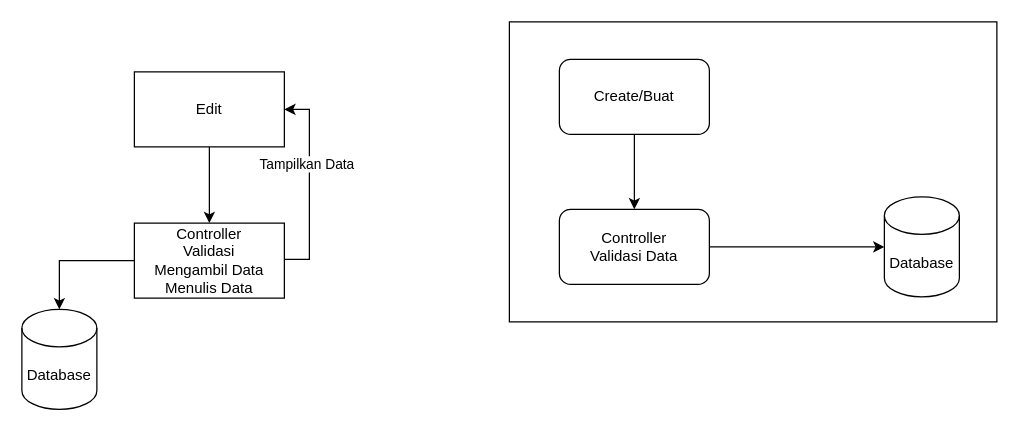
Above: Untitled Diagram.drawio in Ticlext-Altihaf/codeigniter-3-crud (draw.io), before the change. Source tidied: cells renumbered, new cells numbered last; positions are measured from the earlier drawing's top-left corner, leaving out a move shared by most shapes. Both pictures are drawn from the tidied source at 125%, with x=0, y=0 at pixel (21, 21).
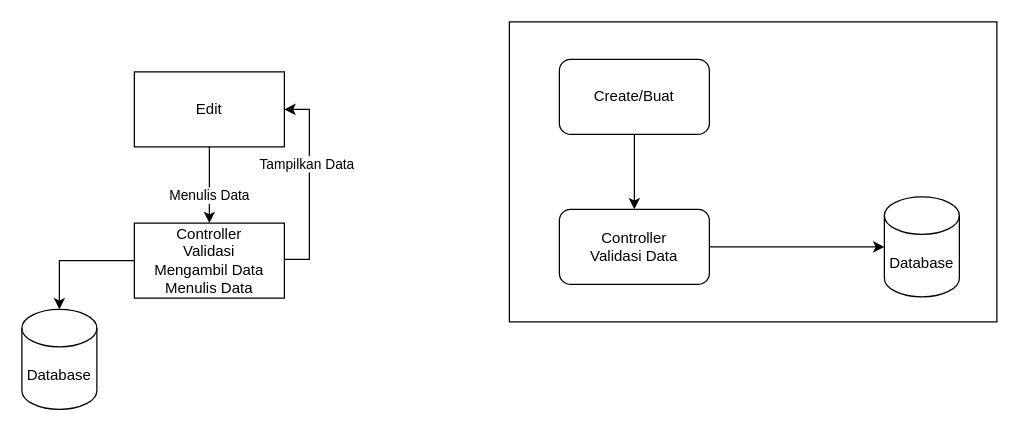
After the change.

Diff of the diagram source:
```diff
@@
 <mxGraphModel>
   <root>
     <mxCell id="0" />
     <mxCell id="1" parent="0" />
     <mxCell id="2" style="rounded=0;whiteSpace=wrap;html=1;" parent="1" vertex="1">
       <mxGeometry x="390" width="390" height="240" as="geometry" />
     </mxCell>
     <mxCell id="3" style="edgeStyle=orthogonalEdgeStyle;rounded=0;jettySize=auto;html=1;" parent="1" edge="1" source="4" target="6">
       <mxGeometry relative="1" as="geometry" />
     </mxCell>
     <mxCell id="4" value="Create/Buat" style="rounded=1;whiteSpace=wrap;html=1;" parent="1" vertex="1">
       <mxGeometry x="430" y="30" width="120" height="60" as="geometry" />
     </mxCell>
     <mxCell id="5" style="edgeStyle=orthogonalEdgeStyle;rounded=0;jettySize=auto;html=1;" parent="1" edge="1" source="6" target="7">
       <mxGeometry relative="1" as="geometry" />
     </mxCell>
     <mxCell id="6" value="Controller&lt;br&gt;Validasi Data" style="rounded=1;whiteSpace=wrap;html=1;" parent="1" vertex="1">
       <mxGeometry x="430" y="150" width="120" height="60" as="geometry" />
     </mxCell>
     <mxCell id="7" value="Database" style="shape=cylinder3;whiteSpace=wrap;html=1;boundedLbl=1;backgroundOutline=1;size=15;" parent="1" vertex="1">
       <mxGeometry x="690" y="140" width="60" height="80" as="geometry" />
     </mxCell>
     <mxCell id="8" style="edgeStyle=orthogonalEdgeStyle;rounded=0;jettySize=auto;html=1;entryX=0.5;entryY=0;entryDx=0;entryDy=0;" parent="1" edge="1" source="9" target="14">
-      <mxGeometry relative="1" as="geometry" />
+      <mxGeometry relative="1" as="geometry">
+        <Array as="points">
+          <mxPoint x="150" y="130" />
+          <mxPoint x="150" y="130" />
+        </Array>
+      </mxGeometry>
     </mxCell>
+    <mxCell id="15" value="Menulis Data" style="edgeLabel;html=1;align=center;verticalAlign=middle;" parent="8" vertex="1">
+      <mxGeometry x="0.26" y="-1" relative="1" as="geometry" />
+    </mxCell>
     <mxCell id="9" value="Edit" style="rounded=0;whiteSpace=wrap;html=1;" parent="1" vertex="1">
       <mxGeometry x="90" y="40" width="120" height="60" as="geometry" />
     </mxCell>
     <mxCell id="10" value="Database" style="shape=cylinder3;whiteSpace=wrap;html=1;boundedLbl=1;backgroundOutline=1;size=15;" parent="1" vertex="1">
       <mxGeometry y="230" width="60" height="80" as="geometry" />
     </mxCell>
     <mxCell id="11" style="edgeStyle=orthogonalEdgeStyle;rounded=0;jettySize=auto;html=1;" parent="1" edge="1" source="14" target="10">
       <mxGeometry relative="1" as="geometry" />
     </mxCell>
     <mxCell id="12" style="edgeStyle=orthogonalEdgeStyle;rounded=0;jettySize=auto;html=1;entryX=1;entryY=0.5;entryDx=0;entryDy=0;" parent="1" edge="1" source="14" target="9">
       <mxGeometry relative="1" as="geometry">
         <Array as="points">
           <mxPoint x="230" y="190" />
           <mxPoint x="230" y="70" />
         </Array>
       </mxGeometry>
     </mxCell>
     <mxCell id="13" value="Tampilkan Data" style="edgeLabel;html=1;align=center;verticalAlign=middle;" parent="12" vertex="1">
       <mxGeometry x="0.21" y="3" relative="1" as="geometry" />
     </mxCell>
     <mxCell id="14" value="Controller&lt;br&gt;Validasi&lt;br&gt;Mengambil Data&lt;br&gt;Menulis Data" style="rounded=0;whiteSpace=wrap;html=1;" parent="1" vertex="1">
       <mxGeometry x="90" y="161" width="120" height="60" as="geometry" />
     </mxCell>
   </root>
 </mxGraphModel>
```
